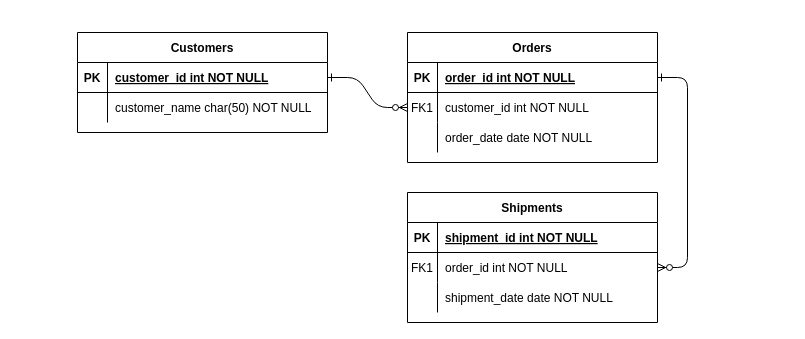
The draw.io diagram page "Page-1" (1 of 3) of ERDFeb3.drawio in robeeds/is380-drawio, before the edit. Source tidied: cells renumbered, new cells numbered last; positions are measured from the earlier drawing's top-left corner, leaving out a move shared by most shapes. Both pictures are drawn from the tidied source at 100%, with x=0, y=0 at pixel (77, 32).
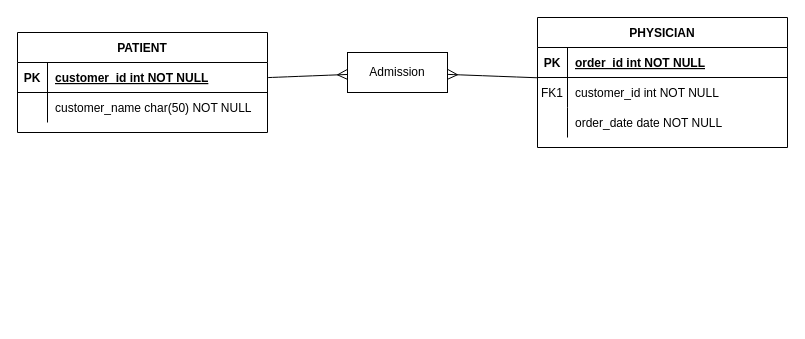
Above is the later version.

Unchanged cells that the change refers to:
```xml
<mxCell id="5" style="shape=partialRectangle;fillColor=none;points=[[0,0.5],[1,0.5]];portConstraint=eastwest;top=0;left=0;right=0;bottom=1;" parent="4" vertex="1">
  <mxGeometry y="30" width="250" height="30" as="geometry" />
</mxCell>
<mxCell id="8" style="shape=partialRectangle;fillColor=none;points=[[0,0.5],[1,0.5]];portConstraint=eastwest;top=0;left=0;right=0;bottom=0;" parent="4" vertex="1">
  <mxGeometry y="60" width="250" height="30" as="geometry" />
</mxCell>
<mxCell id="25" style="shape=partialRectangle;fillColor=none;points=[[0,0.5],[1,0.5]];portConstraint=eastwest;top=0;left=0;right=0;bottom=1;" parent="24" vertex="1">
  <mxGeometry y="30" width="250" height="30" as="geometry" />
</mxCell>
```

The edit, as a diff of the source:
```diff
@@
-    <mxCell id="2" style="edgeStyle=entityRelationEdgeStyle;endArrow=ERzeroToMany;startArrow=ERone;endFill=1;startFill=0;" parent="1" edge="1" source="25" target="8">
-      <mxGeometry relative="1" as="geometry" />
-    </mxCell>
-    <mxCell id="3" style="edgeStyle=entityRelationEdgeStyle;endArrow=ERzeroToMany;startArrow=ERone;endFill=1;startFill=0;" parent="1" edge="1" source="5" target="18">
-      <mxGeometry relative="1" as="geometry" />
-    </mxCell>
-    <mxCell id="4" value="Orders" style="shape=table;startSize=30;childLayout=tableLayout;rowLines=0;fontStyle=1;align=center;" parent="1" vertex="1">
-      <mxGeometry x="330" width="250" height="130" as="geometry" />
+    <mxCell id="4" value="PHYSICIAN" style="shape=table;startSize=30;childLayout=tableLayout;rowLines=0;fontStyle=1;align=center;" parent="1" vertex="1">
+      <mxGeometry x="460" y="-15" width="250" height="130" as="geometry" />
     </mxCell>
@@
-    <mxCell id="14" value="Shipments" style="shape=table;startSize=30;childLayout=tableLayout;rowLines=0;fontStyle=1;align=center;" parent="1" vertex="1">
-      <mxGeometry x="330" y="160" width="250" height="130" as="geometry" />
-    </mxCell>
-    <mxCell id="15" style="shape=partialRectangle;fillColor=none;top=0;left=0;right=0;bottom=1;" parent="14" vertex="1">
-      <mxGeometry y="30" width="250" height="30" as="geometry" />
-    </mxCell>
-    <mxCell id="16" value="PK" style="shape=partialRectangle;overflow=hidden;fillColor=none;top=0;left=0;bottom=0;right=0;fontStyle=1;" parent="15" vertex="1">
-      <mxGeometry width="30" height="30" as="geometry" />
-    </mxCell>
-    <mxCell id="17" value="shipment_id int NOT NULL " style="shape=partialRectangle;overflow=hidden;fillColor=none;top=0;left=0;bottom=0;right=0;align=left;spacingLeft=6;fontStyle=5;" parent="15" vertex="1">
-      <mxGeometry x="30" width="220" height="30" as="geometry" />
-    </mxCell>
-    <mxCell id="18" style="shape=partialRectangle;fillColor=none;points=[[0,0.5],[1,0.5]];portConstraint=eastwest;top=0;left=0;right=0;bottom=0;" parent="14" vertex="1">
-      <mxGeometry y="60" width="250" height="30" as="geometry" />
-    </mxCell>
-    <mxCell id="19" value="FK1" style="shape=partialRectangle;overflow=hidden;fillColor=none;top=0;left=0;bottom=0;right=0;" parent="18" vertex="1">
-      <mxGeometry width="30" height="30" as="geometry" />
-    </mxCell>
-    <mxCell id="20" value="order_id int NOT NULL" style="shape=partialRectangle;overflow=hidden;fillColor=none;top=0;left=0;bottom=0;right=0;align=left;spacingLeft=6;" parent="18" vertex="1">
-      <mxGeometry x="30" width="220" height="30" as="geometry" />
-    </mxCell>
-    <mxCell id="21" style="shape=partialRectangle;fillColor=none;top=0;left=0;right=0;bottom=0;" parent="14" vertex="1">
-      <mxGeometry y="90" width="250" height="30" as="geometry" />
-    </mxCell>
-    <mxCell id="22" style="shape=partialRectangle;overflow=hidden;fillColor=none;top=0;left=0;bottom=0;right=0;" parent="21" vertex="1">
-      <mxGeometry width="30" height="30" as="geometry" />
-    </mxCell>
-    <mxCell id="23" value="shipment_date date NOT NULL" style="shape=partialRectangle;overflow=hidden;fillColor=none;top=0;left=0;bottom=0;right=0;align=left;spacingLeft=6;" parent="21" vertex="1">
-      <mxGeometry x="30" width="220" height="30" as="geometry" />
-    </mxCell>
-    <mxCell id="24" value="Customers" style="shape=table;startSize=30;childLayout=tableLayout;rowLines=0;fontStyle=1;align=center;" parent="1" vertex="1">
-      <mxGeometry width="250" height="100" as="geometry" />
+    <mxCell id="24" value="PATIENT" style="shape=table;startSize=30;childLayout=tableLayout;rowLines=0;fontStyle=1;align=center;" parent="1" vertex="1">
+      <mxGeometry x="-60" width="250" height="100" as="geometry" />
     </mxCell>
@@
+    <mxCell id="31" value="Admission" style="whiteSpace=wrap;html=1;align=center;" parent="1" vertex="1">
+      <mxGeometry x="270" y="20" width="100" height="40" as="geometry" />
+    </mxCell>
+    <mxCell id="32" style="endArrow=ERmany;html=1;rounded=0;fontSize=12;startSize=8;endSize=8;curved=1;endFill=0;" parent="1" edge="1" source="24" target="31">
+      <mxGeometry relative="1" as="geometry" />
+    </mxCell>
+    <mxCell id="33" style="endArrow=none;html=1;rounded=0;fontSize=12;startSize=8;endSize=8;curved=1;startArrow=ERmany;startFill=0;" parent="1" edge="1" source="31" target="4">
+      <mxGeometry relative="1" as="geometry" />
+    </mxCell>
```
